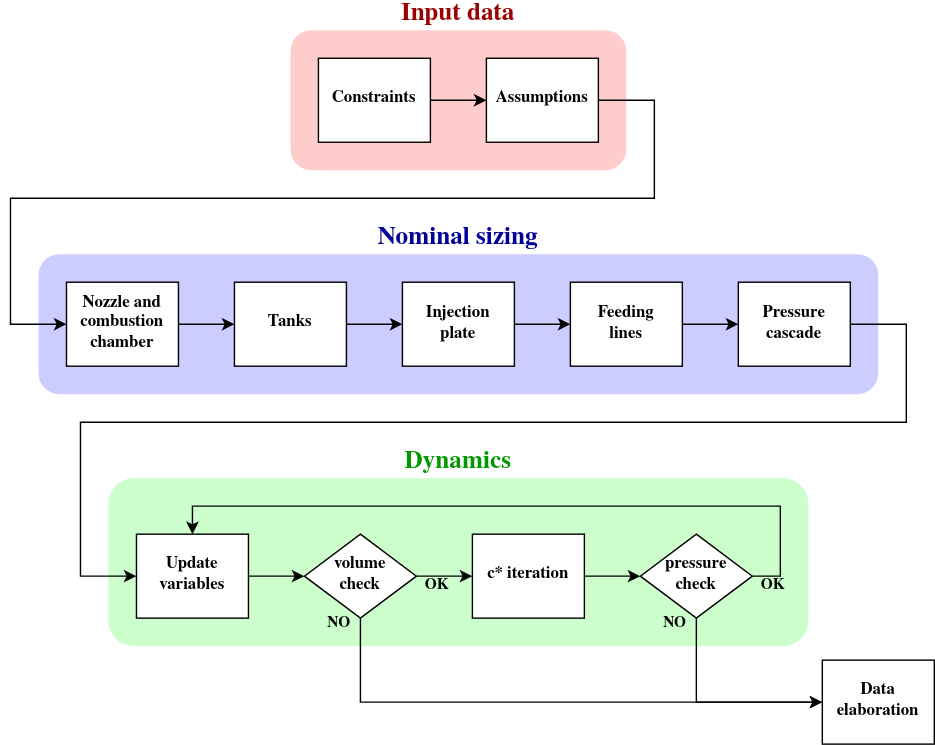
Before: Images/flowchart.svg, a diagram exported from draw.io (turcualexd/Lockheed-Martini). Source tidied: cells renumbered, new cells last; positions are measured from the earlier drawing's top-left corner, leaving out a move shared by most shapes.
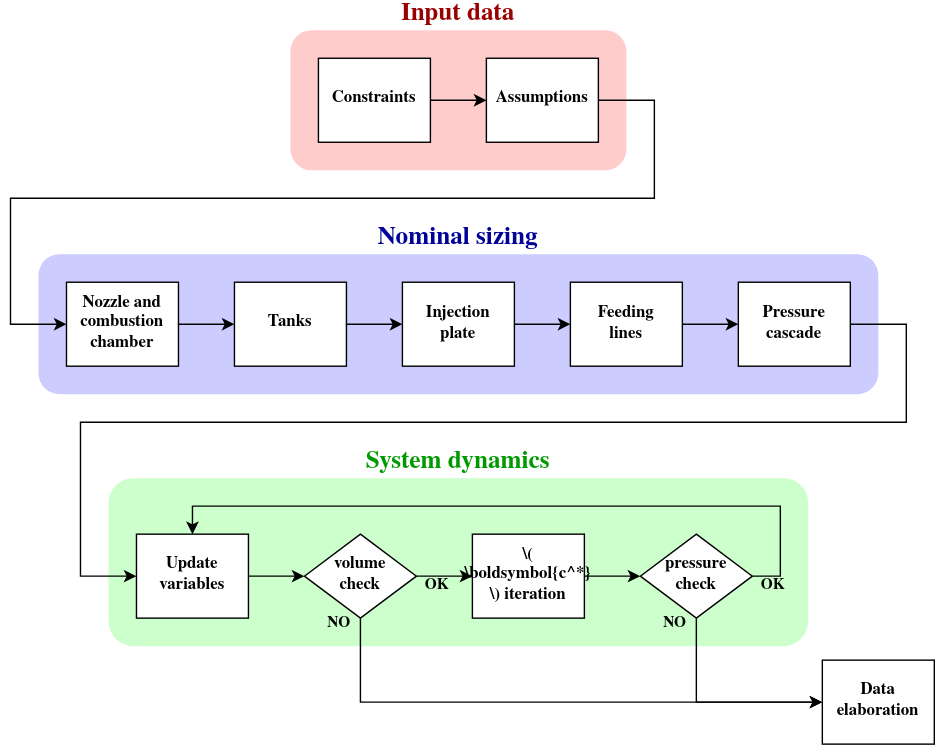
Above is the later version.

Change to the diagram source:
```diff
@@ -1,4 +1,4 @@
-<mxGraphModel background="#ffffff">
+<mxGraphModel background="#ffffff" math="1">
   <root>
     <mxCell id="0" />
     <mxCell id="1" parent="0" />
@@ -100,7 +100,7 @@
     <mxCell id="27" style="edgeStyle=orthogonalEdgeStyle;rounded=0;jettySize=auto;html=1;exitX=1;exitY=0.5;exitDx=0;exitDy=0;entryX=0;entryY=0.5;entryDx=0;entryDy=0;fontFamily=Nimbus Roman;fontStyle=1;horizontal=1;labelBackgroundColor=none;fillColor=none;fontColor=#000000;strokeColor=#000000;" parent="1" edge="1" source="28" target="26">
       <mxGeometry relative="1" as="geometry" />
     </mxCell>
-    <mxCell id="28" value="c* iteration" style="rounded=0;whiteSpace=wrap;html=1;fontFamily=Nimbus Roman;fontStyle=1;horizontal=1;labelBackgroundColor=none;fillColor=#FFFFFF;fontColor=#000000;strokeColor=#000000;" parent="1" vertex="1">
+    <mxCell id="28" value="\( \boldsymbol{c^*} \) iteration" style="rounded=0;whiteSpace=wrap;html=1;fontFamily=Nimbus Roman;fontStyle=1;horizontal=1;labelBackgroundColor=none;fillColor=#FFFFFF;fontColor=#000000;strokeColor=#000000;" parent="1" vertex="1">
       <mxGeometry x="330" y="380" width="80" height="60" as="geometry" />
     </mxCell>
     <mxCell id="29" value="Data&lt;div&gt;elaboration&lt;/div&gt;" style="rounded=0;whiteSpace=wrap;html=1;fontFamily=Nimbus Roman;fontStyle=1;horizontal=1;labelBackgroundColor=none;fillColor=#FFFFFF;fontColor=#000000;strokeColor=#000000;" parent="1" vertex="1">
@@ -112,7 +112,7 @@
     <mxCell id="31" value="&lt;font face=&quot;Nimbus Roman&quot; size=&quot;1&quot;&gt;&lt;b style=&quot;font-size: 18px;&quot;&gt;Nominal sizing&lt;/b&gt;&lt;/font&gt;" style="text;html=1;align=center;verticalAlign=middle;whiteSpace=wrap;rounded=0;fontColor=#000099;" parent="1" vertex="1">
       <mxGeometry x="20" y="160" width="600" height="20" as="geometry" />
     </mxCell>
-    <mxCell id="32" value="&lt;font size=&quot;1&quot; face=&quot;Nimbus Roman&quot;&gt;&lt;b style=&quot;font-size: 18px;&quot;&gt;Dynamics&lt;/b&gt;&lt;/font&gt;" style="text;html=1;align=center;verticalAlign=middle;whiteSpace=wrap;rounded=0;fontColor=#009900;" parent="1" vertex="1">
+    <mxCell id="32" value="&lt;font size=&quot;1&quot; face=&quot;Nimbus Roman&quot;&gt;&lt;b style=&quot;font-size: 18px;&quot;&gt;System dynamics&lt;/b&gt;&lt;/font&gt;" style="text;html=1;align=center;verticalAlign=middle;whiteSpace=wrap;rounded=0;fontColor=#009900;" parent="1" vertex="1">
       <mxGeometry x="70" y="320" width="500" height="20" as="geometry" />
     </mxCell>
     <mxCell id="33" value="OK" style="text;html=1;align=center;verticalAlign=middle;whiteSpace=wrap;rounded=0;fontColor=#000000;spacingBottom=0;fontSize=11;fontFamily=Nimbus Roman;fontStyle=1;spacingTop=5;" parent="1" vertex="1">
```
